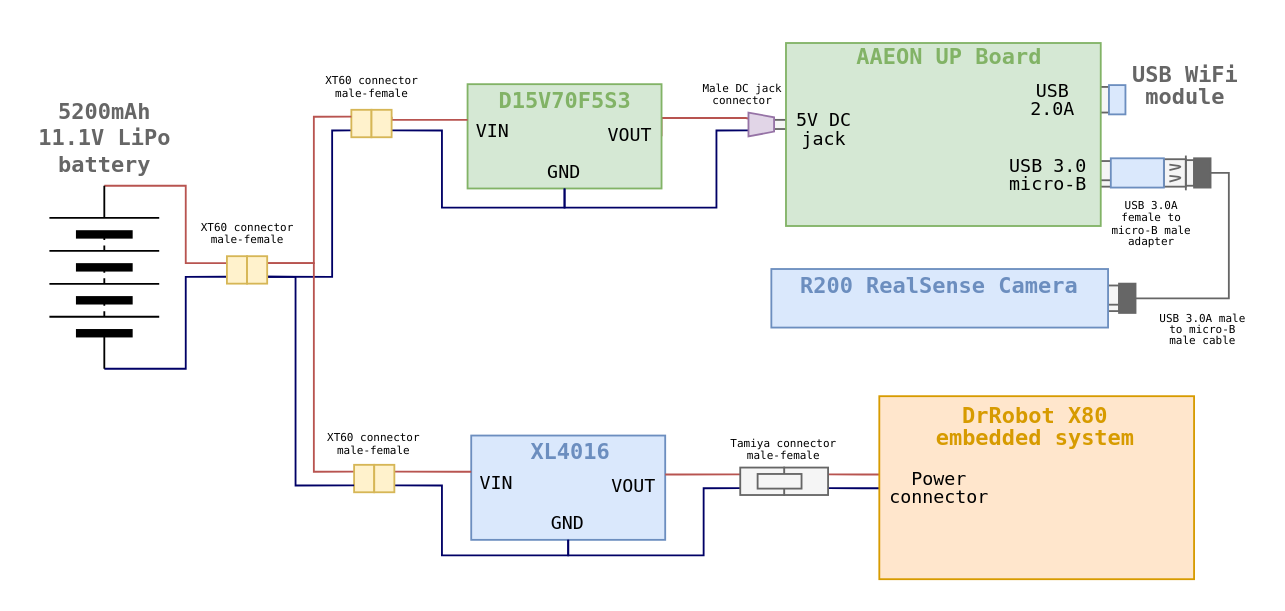
Above: Diagrams/Electrical_design.drawio in A01371852/ROS_Autonomous_SLAM (draw.io), before the change. Source tidied: cells renumbered, new cells numbered last; positions are measured from the earlier drawing's top-left corner, leaving out a move shared by most shapes. Both pictures are drawn from the tidied source at 183%, with x=0, y=0 at pixel (13, 31).
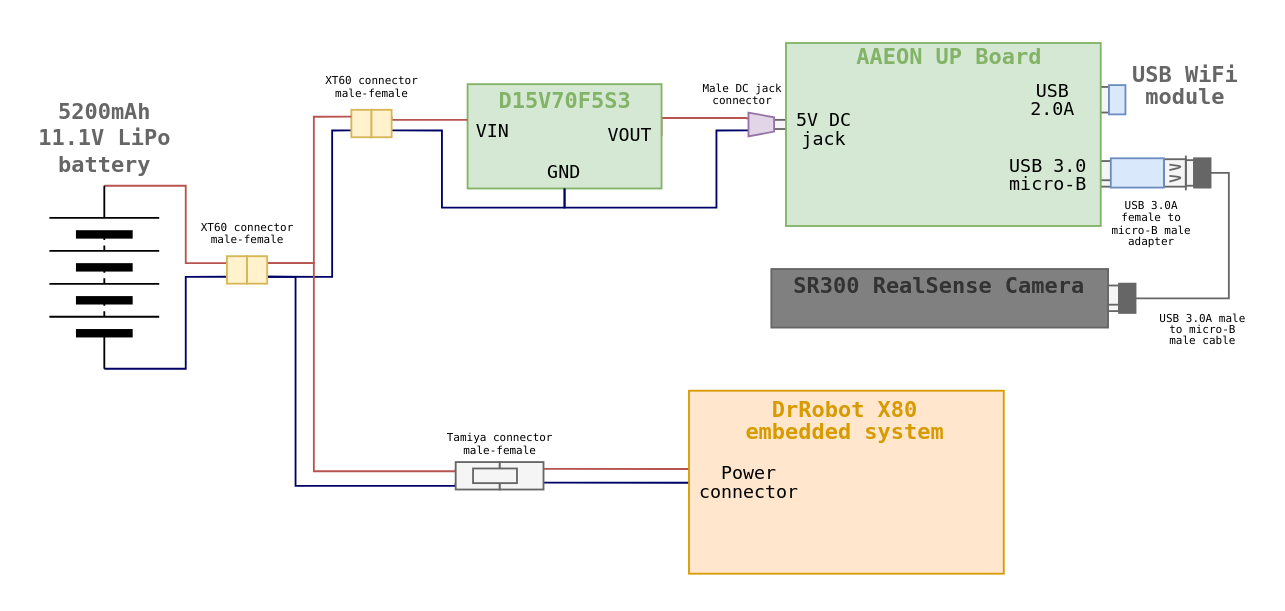
After the change.

Unchanged cells that the change refers to:
```xml
<mxCell id="56" style="rounded=0;whiteSpace=wrap;html=1;strokeColor=#d6b656;fillColor=#fff2cc;" parent="1" vertex="1">
  <mxGeometry x="127.5" y="122.5" width="11" height="15" as="geometry" />
</mxCell>
```

What changed in the source:
```diff
@@
-    <mxCell id="2" style="rounded=0;whiteSpace=wrap;html=1;strokeColor=#6c8ebf;fillColor=#dae8fc;" parent="1" vertex="1">
-      <mxGeometry x="250" y="220.5" width="106" height="57" as="geometry" />
-    </mxCell>
@@
-    <mxCell id="25" value="&lt;div align=&quot;center&quot;&gt;&lt;font color=&quot;#6C8EBF&quot;&gt;&lt;b&gt;&lt;font face=&quot;Lucida Console&quot;&gt;XL4016&lt;/font&gt;&lt;/b&gt;&lt;/font&gt;&lt;/div&gt;" style="text;html=1;align=center;" parent="1" vertex="1">
-      <mxGeometry x="273.5" y="216" width="60" height="30" as="geometry" />
-    </mxCell>
@@
-    <mxCell id="37" style="edgeStyle=orthogonalEdgeStyle;rounded=0;jettySize=auto;html=1;exitX=0;exitY=0.25;exitDx=0;exitDy=0;endArrow=none;endFill=0;strokeColor=#b85450;entryX=1;entryY=0.25;entryDx=0;entryDy=0;fillColor=#f8cecc;" parent="1" edge="1" source="38" target="56">
+    <mxCell id="37" style="edgeStyle=orthogonalEdgeStyle;rounded=0;jettySize=auto;html=1;exitX=0;exitY=0.25;exitDx=0;exitDy=0;endArrow=none;endFill=0;strokeColor=#b85450;entryX=1;entryY=0.25;entryDx=0;entryDy=0;fillColor=#f8cecc;" parent="1" edge="1" source="73" target="56">
       <mxGeometry relative="1" as="geometry">
         <Array as="points">
+          <mxPoint x="242" y="240" />
           <mxPoint x="164" y="240" />
           <mxPoint x="164" y="126" />
         </Array>
       </mxGeometry>
     </mxCell>
-    <mxCell id="38" style="rounded=0;whiteSpace=wrap;html=1;strokeColor=#d6b656;fillColor=#fff2cc;" parent="1" vertex="1">
-      <mxGeometry x="186" y="236.5" width="11" height="15" as="geometry" />
-    </mxCell>
-    <mxCell id="39" style="edgeStyle=orthogonalEdgeStyle;rounded=0;jettySize=auto;html=1;exitX=1;exitY=0.25;exitDx=0;exitDy=0;endArrow=none;endFill=0;strokeColor=#b85450;fillColor=#f8cecc;" parent="1" edge="1" source="41" target="2">
-      <mxGeometry relative="1" as="geometry">
-        <Array as="points">
-          <mxPoint x="244" y="240" />
-          <mxPoint x="244" y="240" />
-        </Array>
-      </mxGeometry>
-    </mxCell>
-    <mxCell id="40" style="edgeStyle=orthogonalEdgeStyle;rounded=0;jettySize=auto;html=1;exitX=1;exitY=0.75;exitDx=0;exitDy=0;endArrow=none;endFill=0;strokeColor=#000066;entryX=0.5;entryY=1;entryDx=0;entryDy=0;" parent="1" edge="1" source="41" target="2">
-      <mxGeometry relative="1" as="geometry">
-        <Array as="points">
-          <mxPoint x="234" y="248" />
-          <mxPoint x="234" y="286" />
-          <mxPoint x="303" y="286" />
-        </Array>
-      </mxGeometry>
-    </mxCell>
-    <mxCell id="41" style="rounded=0;whiteSpace=wrap;html=1;strokeColor=#d6b656;fillColor=#fff2cc;" parent="1" vertex="1">
-      <mxGeometry x="197" y="236.5" width="11" height="15" as="geometry" />
-    </mxCell>
@@
-    <mxCell id="52" value="&lt;p style=&quot;line-height: 110% ; font-size: 6px&quot;&gt;&lt;font face=&quot;Lucida Console&quot;&gt;XT60 connector male-female&lt;br&gt;&lt;/font&gt;&lt;/p&gt;" style="text;html=1;strokeColor=none;fillColor=none;align=center;verticalAlign=middle;whiteSpace=wrap;rounded=0;" parent="1" vertex="1">
-      <mxGeometry x="169" y="215" width="56" height="20" as="geometry" />
-    </mxCell>
@@
-    <mxCell id="55" style="edgeStyle=orthogonalEdgeStyle;rounded=0;jettySize=auto;html=1;exitX=1;exitY=0.75;exitDx=0;exitDy=0;entryX=0;entryY=0.75;entryDx=0;entryDy=0;endArrow=none;endFill=0;strokeColor=#000066;" parent="1" edge="1" source="56" target="38">
+    <mxCell id="55" style="edgeStyle=orthogonalEdgeStyle;rounded=0;jettySize=auto;html=1;exitX=1;exitY=0.75;exitDx=0;exitDy=0;entryX=0;entryY=0.75;entryDx=0;entryDy=0;endArrow=none;endFill=0;strokeColor=#000066;" parent="1" edge="1" source="56" target="73">
       <mxGeometry relative="1" as="geometry">
         <Array as="points">
           <mxPoint x="154" y="134" />
           <mxPoint x="154" y="248" />
+          <mxPoint x="242" y="248" />
         </Array>
       </mxGeometry>
     </mxCell>
@@
-    <mxCell id="60" value="&lt;div&gt;&lt;font face=&quot;Lucida Console&quot; color=&quot;#6C8EBF&quot;&gt;&lt;b&gt;R200 RealSense Camera&lt;br&gt;&lt;/b&gt;&lt;/font&gt;&lt;/div&gt;&lt;div&gt;&lt;br&gt;&lt;/div&gt;" style="rounded=0;whiteSpace=wrap;html=1;fillColor=#dae8fc;strokeColor=#6c8ebf;" parent="1" vertex="1">
+    <mxCell id="60" value="&lt;font face=&quot;Lucida Console&quot;&gt;&lt;b&gt;SR300 RealSense Camera&lt;br&gt;&lt;/b&gt;&lt;/font&gt;&lt;div&gt;&lt;br&gt;&lt;/div&gt;" style="rounded=0;whiteSpace=wrap;html=1;fillColor=#808080;strokeColor=#666666;fontColor=#333333;" parent="1" vertex="1">
       <mxGeometry x="414" y="129.5" width="184" height="32" as="geometry" />
     </mxCell>
@@
-    <mxCell id="64" value="&lt;font style=&quot;font-size: 10px&quot; face=&quot;Lucida Console&quot;&gt;GND&lt;/font&gt;" style="text;html=1;strokeColor=none;fillColor=none;align=center;verticalAlign=middle;whiteSpace=wrap;rounded=0;" parent="1" vertex="1">
-      <mxGeometry x="283" y="257.5" width="40" height="20" as="geometry" />
-    </mxCell>
-    <mxCell id="65" value="&lt;font style=&quot;font-size: 10px&quot; face=&quot;Lucida Console&quot;&gt;VIN&lt;/font&gt;" style="text;html=1;strokeColor=none;fillColor=none;align=center;verticalAlign=middle;whiteSpace=wrap;rounded=0;" parent="1" vertex="1">
-      <mxGeometry x="243.5" y="236" width="40" height="20" as="geometry" />
-    </mxCell>
-    <mxCell id="66" value="&lt;font style=&quot;font-size: 10px&quot; face=&quot;Lucida Console&quot;&gt;VOUT&lt;/font&gt;" style="text;html=1;strokeColor=none;fillColor=none;align=center;verticalAlign=middle;whiteSpace=wrap;rounded=0;" parent="1" vertex="1">
-      <mxGeometry x="318.5" y="237.5" width="40" height="20" as="geometry" />
-    </mxCell>
     <mxCell id="67" style="edgeStyle=orthogonalEdgeStyle;rounded=0;jettySize=auto;html=1;exitX=1;exitY=0.25;exitDx=0;exitDy=0;endArrow=none;endFill=0;strokeColor=#b85450;fillColor=#f8cecc;" parent="1" edge="1" source="69" target="75">
       <mxGeometry relative="1" as="geometry">
         <Array as="points">
-          <mxPoint x="464" y="242" />
-          <mxPoint x="464" y="242" />
+          <mxPoint x="360" y="239" />
+          <mxPoint x="360" y="239" />
         </Array>
       </mxGeometry>
     </mxCell>
     <mxCell id="68" style="edgeStyle=orthogonalEdgeStyle;rounded=0;jettySize=auto;html=1;exitX=1;exitY=0.75;exitDx=0;exitDy=0;endArrow=none;endFill=0;strokeColor=#000066;" parent="1" edge="1" source="69" target="75">
       <mxGeometry relative="1" as="geometry">
         <Array as="points">
-          <mxPoint x="464" y="249" />
-          <mxPoint x="464" y="249" />
+          <mxPoint x="360" y="246" />
+          <mxPoint x="360" y="246" />
         </Array>
       </mxGeometry>
     </mxCell>
     <mxCell id="69" style="rounded=0;whiteSpace=wrap;html=1;fillColor=#f5f5f5;strokeColor=#666666;fontColor=#333333;" parent="1" vertex="1">
-      <mxGeometry x="421" y="238" width="24" height="15" as="geometry" />
+      <mxGeometry x="265.5" y="235" width="24" height="15" as="geometry" />
     </mxCell>
     <mxCell id="70" value="&lt;p style=&quot;line-height: 110% ; font-size: 6px&quot;&gt;&lt;font face=&quot;Lucida Console&quot;&gt;Tamiya connector male-female&lt;br&gt;&lt;/font&gt;&lt;/p&gt;" style="text;html=1;strokeColor=none;fillColor=none;align=center;verticalAlign=middle;whiteSpace=wrap;rounded=0;" parent="1" vertex="1">
-      <mxGeometry x="390" y="217.5" width="62" height="20" as="geometry" />
+      <mxGeometry x="234.5" y="214.5" width="62" height="20" as="geometry" />
     </mxCell>
-    <mxCell id="71" style="edgeStyle=orthogonalEdgeStyle;rounded=0;jettySize=auto;html=1;exitX=0;exitY=0.75;exitDx=0;exitDy=0;entryX=0.5;entryY=1;entryDx=0;entryDy=0;endArrow=none;endFill=0;strokeColor=#000066;" parent="1" edge="1" source="73" target="2">
-      <mxGeometry relative="1" as="geometry">
-        <Array as="points">
-          <mxPoint x="377" y="249" />
-          <mxPoint x="377" y="286" />
-          <mxPoint x="303" y="286" />
-        </Array>
-      </mxGeometry>
-    </mxCell>
-    <mxCell id="72" style="edgeStyle=orthogonalEdgeStyle;rounded=0;jettySize=auto;html=1;exitX=0;exitY=0.25;exitDx=0;exitDy=0;endArrow=none;endFill=0;strokeColor=#b85450;fillColor=#f8cecc;" parent="1" edge="1" source="73" target="2">
-      <mxGeometry relative="1" as="geometry">
-        <Array as="points">
-          <mxPoint x="364" y="242" />
-          <mxPoint x="364" y="242" />
-        </Array>
-      </mxGeometry>
-    </mxCell>
     <mxCell id="73" style="rounded=0;whiteSpace=wrap;html=1;fillColor=#f5f5f5;strokeColor=#666666;fontColor=#333333;" parent="1" vertex="1">
-      <mxGeometry x="397" y="238" width="24" height="15" as="geometry" />
+      <mxGeometry x="241.5" y="235" width="24" height="15" as="geometry" />
     </mxCell>
     <mxCell id="74" style="rounded=0;whiteSpace=wrap;html=1;fillColor=#f5f5f5;strokeColor=#666666;fontColor=#333333;" parent="1" vertex="1">
-      <mxGeometry x="406.5" y="241.5" width="24" height="8" as="geometry" />
+      <mxGeometry x="251" y="238.5" width="24" height="8" as="geometry" />
     </mxCell>
     <mxCell id="75" style="rounded=0;whiteSpace=wrap;html=1;strokeColor=#d79b00;fillColor=#ffe6cc;" parent="1" vertex="1">
-      <mxGeometry x="473" y="199" width="172" height="100" as="geometry" />
+      <mxGeometry x="369" y="196" width="172" height="100" as="geometry" />
     </mxCell>
     <mxCell id="76" value="&lt;p style=&quot;line-height: 100%&quot;&gt;&lt;font color=&quot;#D79B00&quot;&gt;&lt;b&gt;&lt;font face=&quot;Lucida Console&quot;&gt;DrRobot X80 embedded system&lt;br&gt;&lt;/font&gt;&lt;/b&gt;&lt;/font&gt;&lt;/p&gt;" style="text;html=1;strokeColor=none;fillColor=none;align=center;verticalAlign=middle;whiteSpace=wrap;rounded=0;opacity=70;" parent="1" vertex="1">
-      <mxGeometry x="493" y="205" width="131" height="20" as="geometry" />
+      <mxGeometry x="389" y="202" width="131" height="20" as="geometry" />
     </mxCell>
     <mxCell id="77" value="&lt;div style=&quot;font-size: 10px&quot; align=&quot;center&quot;&gt;&lt;font style=&quot;font-size: 10px&quot;&gt;&lt;br&gt;&lt;/font&gt;&lt;/div&gt;&lt;p style=&quot;line-height: 100% ; font-size: 10px&quot;&gt;&lt;font style=&quot;font-size: 10px&quot; face=&quot;Lucida Console&quot;&gt;Power connector&lt;br&gt;&lt;/font&gt;&lt;/p&gt;" style="text;html=1;strokeColor=none;fillColor=none;align=center;verticalAlign=middle;whiteSpace=wrap;rounded=0;" parent="1" vertex="1">
-      <mxGeometry x="473" y="233" width="66" height="20" as="geometry" />
+      <mxGeometry x="369" y="230" width="66" height="20" as="geometry" />
     </mxCell>
```
